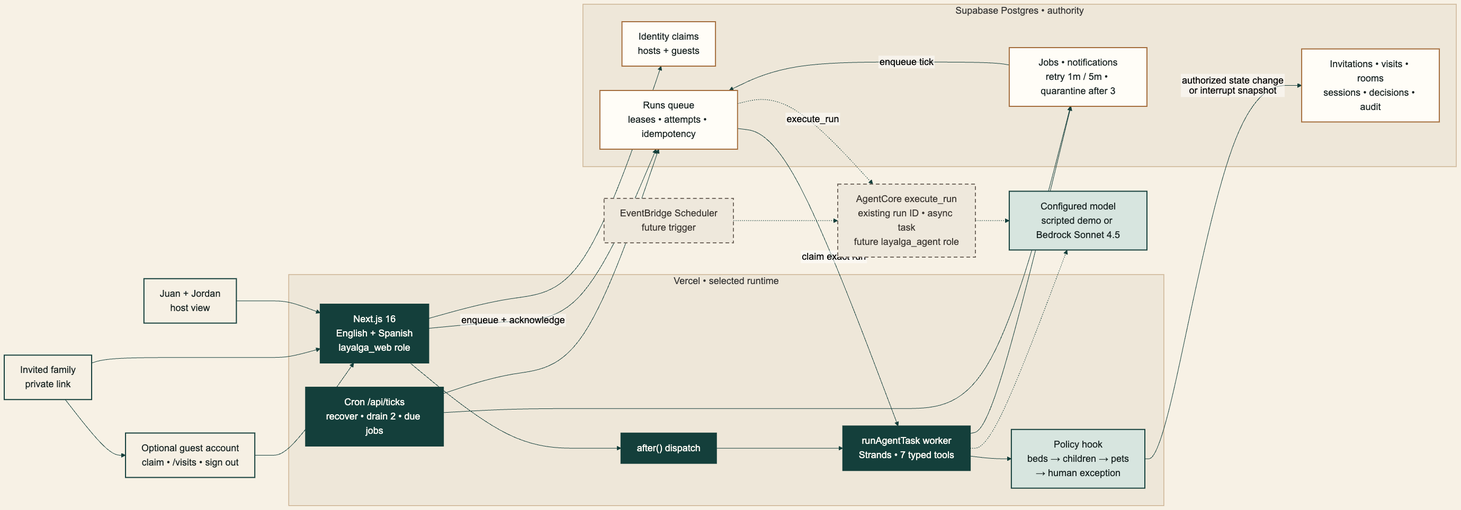
Before: docs/architecture/layalga-architecture.png, a diagram exported from Mermaid (juan294/layalga). Its source is kept beside it as docs/architecture/layalga-architecture.mmd.
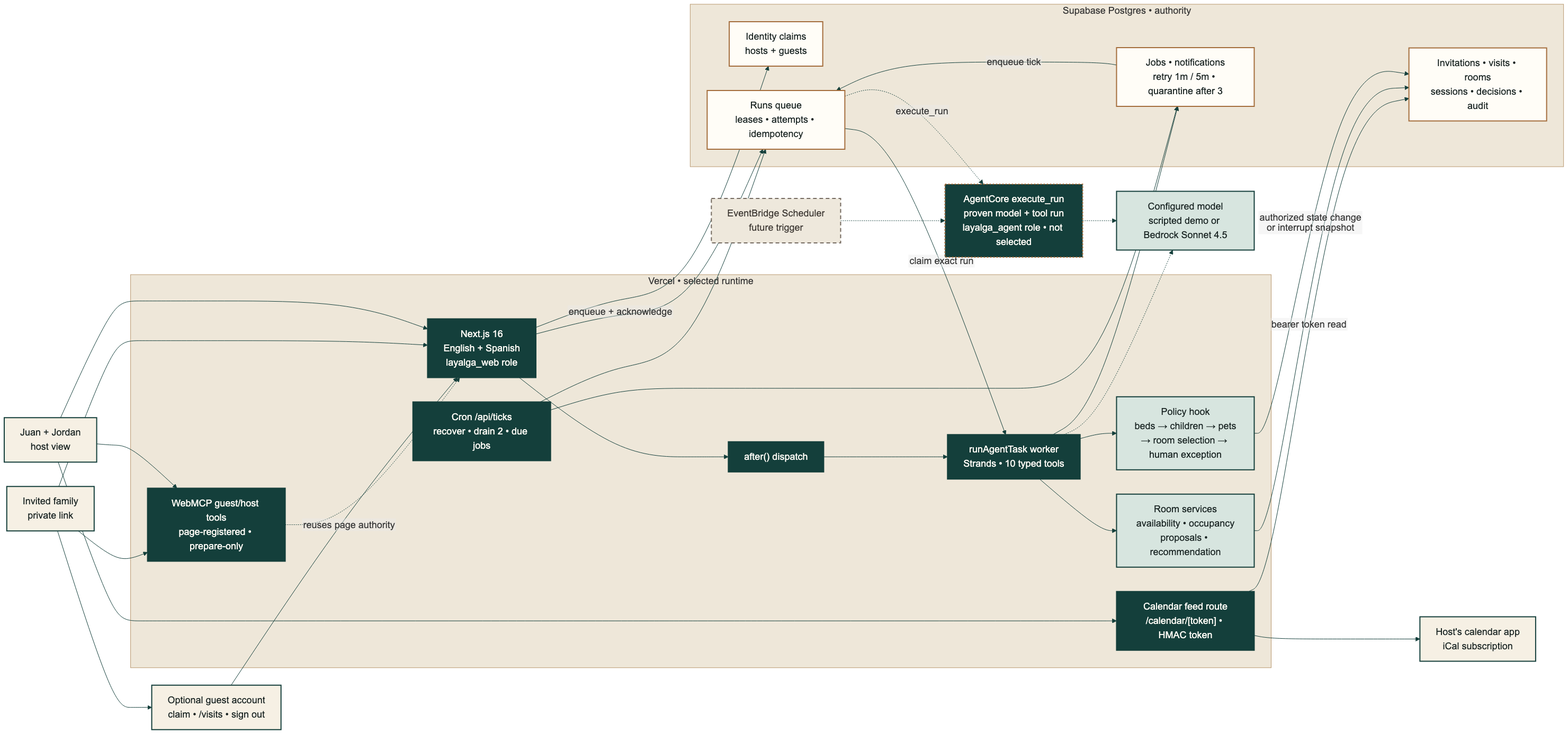
Later version of the same file.

Commit message:
docs: refresh docs and architecture diagram for agent-first room coordination

Diff of the diagram source:
```diff
@@ -2,13 +2,17 @@
   host["Juan + Jordan<br/>host view"]
   guest["Invited family<br/>private link"]
   guestAccount["Optional guest account<br/>claim • /visits • sign out"]
+  calendarApp["Host's calendar app<br/>iCal subscription"]
 
   subgraph vercel["Vercel • selected runtime"]
     web["Next.js 16<br/>English + Spanish<br/>layalga_web role"]
     cron["Cron /api/ticks<br/>recover • drain 2 • due jobs"]
     dispatch["after() dispatch"]
-    worker["runAgentTask worker<br/>Strands • 7 typed tools"]
-    policy["Policy hook<br/>beds → children → pets<br/>→ human exception"]
+    worker["runAgentTask worker<br/>Strands • 10 typed tools"]
+    policy["Policy hook<br/>beds → children → pets<br/>→ room selection → human exception"]
+    rooms["Room services<br/>availability • occupancy<br/>proposals • recommendation"]
+    webmcp["WebMCP guest/host tools<br/>page-registered • prepare-only"]
+    calendarFeed["Calendar feed route<br/>/calendar/[token] • HMAC token"]
   end
 
   subgraph data["Supabase Postgres • authority"]
@@ -19,12 +23,15 @@
   end
 
   models["Configured model<br/>scripted demo or Bedrock Sonnet 4.5"]
-  agentcore["AgentCore execute_run<br/>existing run ID • async task<br/>future layalga_agent role"]
+  agentcore["AgentCore execute_run<br/>proven model + tool run<br/>layalga_agent role • not selected"]
   eventbridge["EventBridge Scheduler<br/>future trigger"]
 
   host --> web
   guest --> web
   guest --> guestAccount --> web
+  host --> webmcp
+  guest --> webmcp
+  webmcp -. "reuses page authority" .-> web
   web --> identity
   web -- "enqueue + acknowledge" --> queue
   web --> dispatch --> worker
@@ -33,7 +40,12 @@
   jobs -- "enqueue tick" --> queue
   queue -- "claim exact run" --> worker
   worker --> policy
+  worker --> rooms
   policy -- "authorized state change<br/>or interrupt snapshot" --> state
+  rooms --> state
+  host --> calendarFeed
+  calendarFeed -- "bearer token read" --> state
+  calendarFeed --> calendarApp
   worker --> jobs
   worker -.-> models
   queue -. "execute_run" .-> agentcore
@@ -45,8 +57,10 @@
   classDef core fill:#d7e5df,stroke:#143f3b,color:#15201f,stroke-width:2px;
   classDef store fill:#fffdf7,stroke:#a46d3c,color:#15201f,stroke-width:2px;
   classDef future fill:#eee8dc,stroke:#756b61,color:#3a3530,stroke-width:2px,stroke-dasharray: 7 5;
-  class host,guest,guestAccount person;
-  class web,dispatch,worker,cron app;
-  class policy,models core;
+  classDef proven fill:#143f3b,stroke:#a46d3c,color:#fffdf7,stroke-width:2px,stroke-dasharray: 3 3;
+  class host,guest,guestAccount,calendarApp person;
+  class web,dispatch,worker,cron,webmcp,calendarFeed app;
+  class policy,models,rooms core;
   class identity,queue,state,jobs store;
-  class agentcore,eventbridge future;
+  class agentcore proven;
+  class eventbridge future;
```
